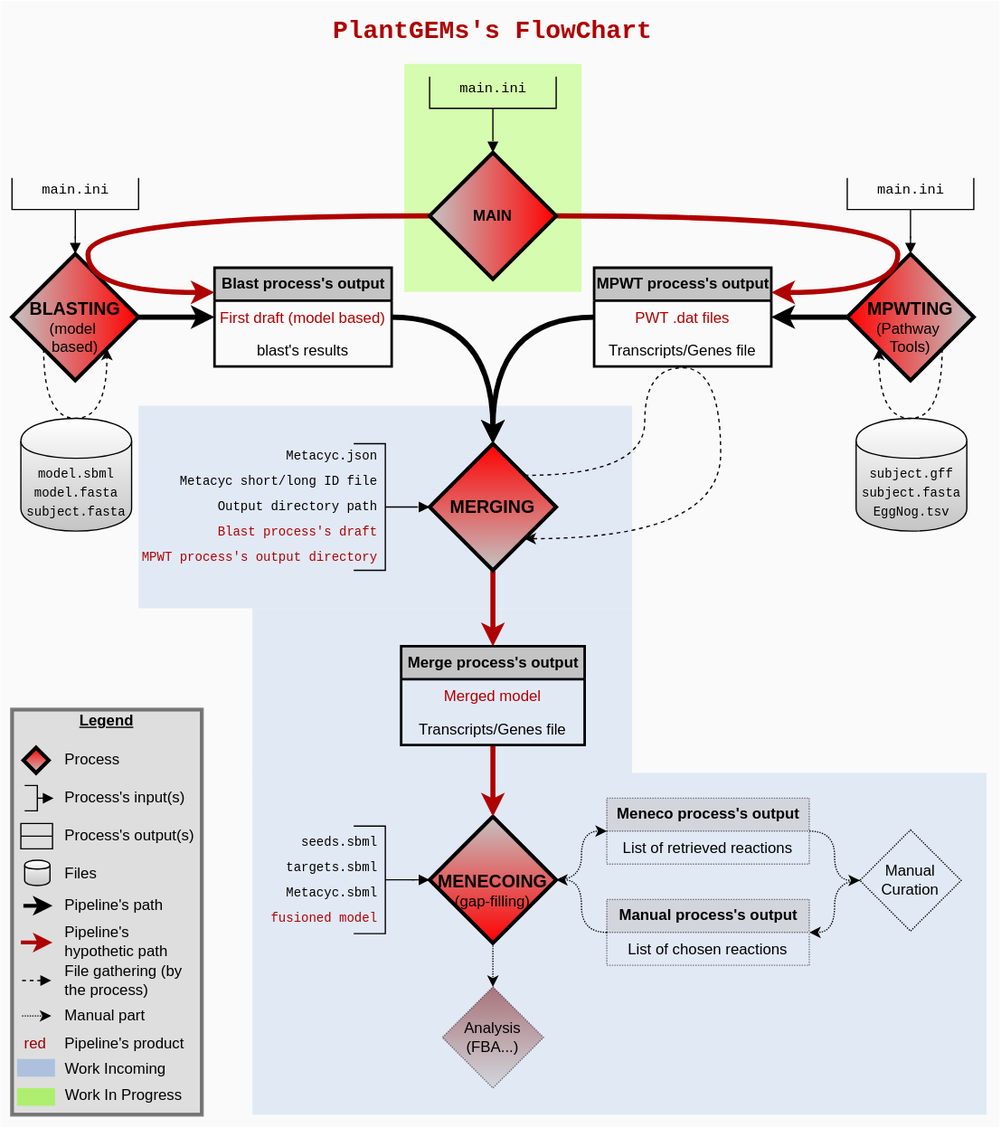
Earlier version of the draw.io export Flowchart_PlantGEMs.drawio.svg (AsaLap/PlantGEMs). Source tidied: cells renumbered, new cells last; positions are measured from the earlier drawing's top-left corner, leaving out a move shared by most shapes.
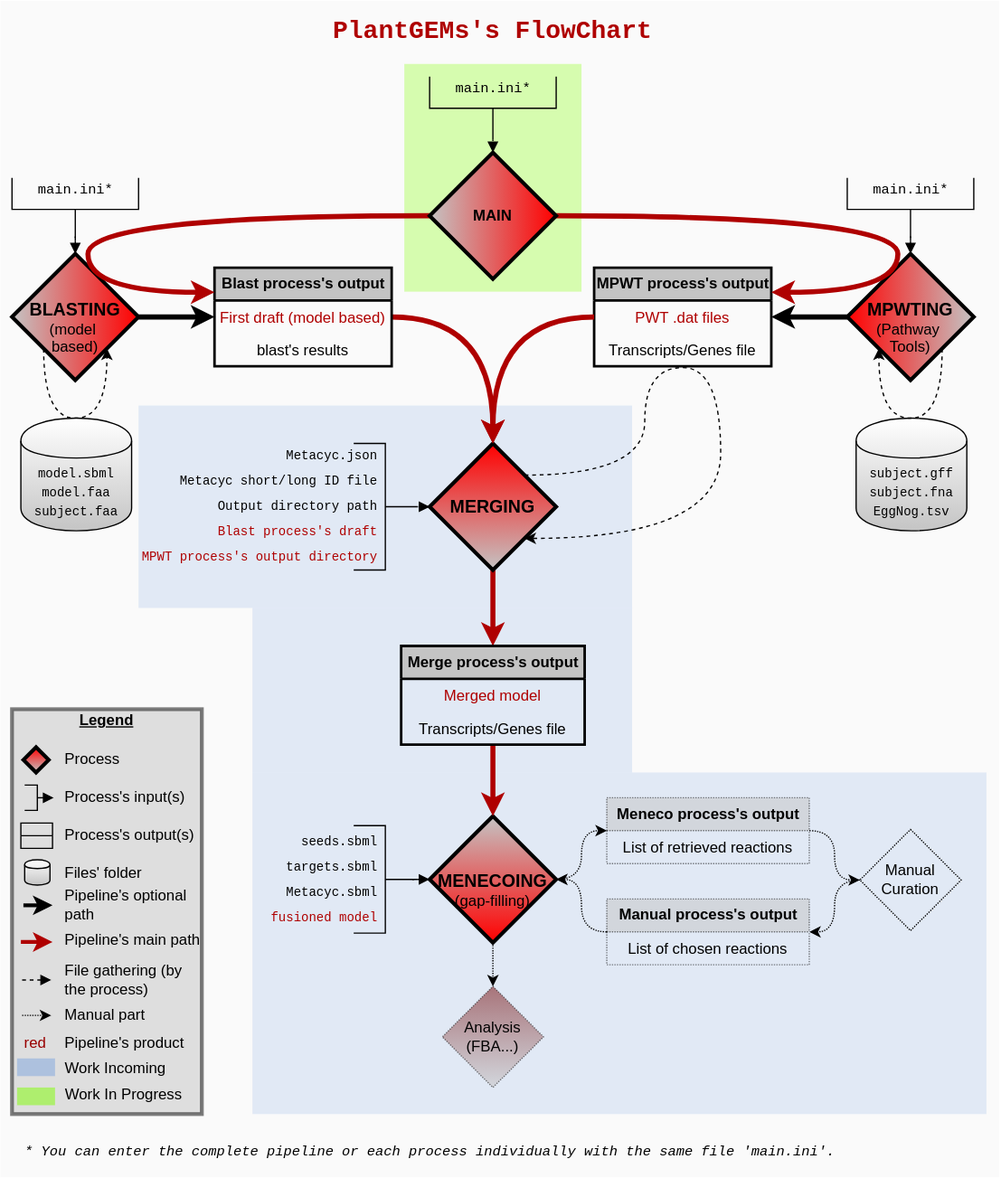
Later version of the same file.

Change to the diagram source:
```diff
@@ -3,7 +3,7 @@
     <mxCell id="0" />
     <mxCell id="1" parent="0" />
     <mxCell id="2" style="rounded=0;whiteSpace=wrap;html=1;shadow=0;strokeColor=none;fillColor=#FAFAFA;" parent="1" vertex="1">
-      <mxGeometry x="-0.2" width="789.2" height="890" as="geometry" />
+      <mxGeometry x="-0.2" width="789.2" height="930" as="geometry" />
     </mxCell>
     <mxCell id="3" style="rounded=0;whiteSpace=wrap;html=1;fillColor=#80FF00;shadow=0;opacity=30;strokeColor=none;" parent="1" vertex="1">
       <mxGeometry x="319" y="50" width="140" height="180" as="geometry" />
@@ -81,7 +81,7 @@
     <mxCell id="25" style="strokeWidth=1;html=1;shape=mxgraph.flowchart.annotation_2;align=left;labelPosition=right;direction=north;" parent="1" vertex="1">
       <mxGeometry x="9" y="140" width="100" height="50" as="geometry" />
     </mxCell>
-    <mxCell id="26" style="edgeStyle=orthogonalEdgeStyle;curved=1;jettySize=auto;html=1;entryX=0.5;entryY=0;entryDx=0;entryDy=0;startArrow=none;startFill=0;fillColor=#a20025;strokeWidth=4;fontColor=#AF0000;strokeColor=#000000;" parent="1" edge="1" source="27" target="14">
+    <mxCell id="26" style="edgeStyle=orthogonalEdgeStyle;curved=1;jettySize=auto;html=1;entryX=0.5;entryY=0;entryDx=0;entryDy=0;startArrow=none;startFill=0;fillColor=#f8cecc;strokeWidth=4;fontColor=#AF0000;strokeColor=#AF0000;" parent="1" edge="1" source="27" target="14">
       <mxGeometry relative="1" as="geometry" />
     </mxCell>
     <mxCell id="27" value="&lt;b&gt;Blast process's output&lt;/b&gt;" style="swimlane;fontStyle=0;horizontal=1;startSize=26;labelBackgroundColor=none;fontColor=#000000;align=center;html=1;fillColor=#C4C4C4;strokeWidth=2;" parent="1" vertex="1">
@@ -108,13 +108,13 @@
     <mxCell id="34" value="Analysis&lt;br&gt;(FBA...)" style="rhombus;whiteSpace=wrap;html=1;align=center;dashed=1;dashPattern=1 1;fillColor=#C4C4C4;gradientColor=#6F0000;opacity=50;gradientDirection=north;" parent="1" vertex="1">
       <mxGeometry x="349" y="779" width="80" height="80" as="geometry" />
     </mxCell>
-    <mxCell id="35" value="main.ini" style="text;html=1;align=center;verticalAlign=middle;fontFamily=Courier New;fontSize=11;" parent="1" vertex="1">
+    <mxCell id="35" value="main.ini*" style="text;html=1;align=center;verticalAlign=middle;fontFamily=Courier New;fontSize=11;" parent="1" vertex="1">
       <mxGeometry x="24" y="140" width="70" height="20" as="geometry" />
     </mxCell>
-    <mxCell id="36" value="&lt;font face=&quot;Courier New&quot; style=&quot;font-size: 10px&quot;&gt;model.sbml&lt;br&gt;model.fasta&lt;br&gt;subject.fasta&lt;/font&gt;" style="shape=cylinder;html=1;boundedLbl=1;backgroundOutline=1;align=center;labelBackgroundColor=none;labelBorderColor=none;whiteSpace=wrap;fillColor=#C4C4C4;gradientColor=#ffffff;gradientDirection=north;" parent="1" vertex="1">
+    <mxCell id="36" value="&lt;font style=&quot;font-size: 10px&quot; face=&quot;Courier New&quot;&gt;model.sbml&lt;br&gt;model.faa&lt;br&gt;subject.faa&lt;/font&gt;" style="shape=cylinder;html=1;boundedLbl=1;backgroundOutline=1;align=center;labelBackgroundColor=none;labelBorderColor=none;whiteSpace=wrap;fillColor=#C4C4C4;gradientColor=#ffffff;gradientDirection=north;" parent="1" vertex="1">
       <mxGeometry x="16" y="330" width="87.5" height="89" as="geometry" />
     </mxCell>
-    <mxCell id="37" value="main.ini" style="text;html=1;align=center;verticalAlign=middle;fontFamily=Courier New;fontSize=11;" parent="1" vertex="1">
+    <mxCell id="37" value="main.ini*" style="text;html=1;align=center;verticalAlign=middle;fontFamily=Courier New;fontSize=11;" parent="1" vertex="1">
       <mxGeometry x="684" y="140" width="70" height="20" as="geometry" />
     </mxCell>
     <mxCell id="38" style="edgeStyle=orthogonalEdgeStyle;curved=1;orthogonalLoop=1;jettySize=auto;html=1;entryX=1;entryY=1;entryDx=0;entryDy=0;dashed=1;startArrow=none;startFill=0;fontColor=#000000;exitX=1;exitY=0;exitDx=0;exitDy=0;" parent="1" edge="1" source="14" target="14">
@@ -127,7 +127,7 @@
         </Array>
       </mxGeometry>
     </mxCell>
-    <mxCell id="39" value="&lt;font face=&quot;Courier New&quot; style=&quot;font-size: 10px&quot;&gt;subject.gff&lt;br&gt;subject.fasta&lt;br&gt;EggNog.tsv&lt;/font&gt;" style="shape=cylinder;html=1;boundedLbl=1;backgroundOutline=1;align=center;labelBackgroundColor=none;labelBorderColor=none;whiteSpace=wrap;fillColor=#C4C4C4;gradientColor=#ffffff;gradientDirection=north;" parent="1" vertex="1">
+    <mxCell id="39" value="&lt;font style=&quot;font-size: 10px&quot; face=&quot;Courier New&quot;&gt;subject.gff&lt;br&gt;subject.fna&lt;br&gt;EggNog.tsv&lt;/font&gt;" style="shape=cylinder;html=1;boundedLbl=1;backgroundOutline=1;align=center;labelBackgroundColor=none;labelBorderColor=none;whiteSpace=wrap;fillColor=#C4C4C4;gradientColor=#ffffff;gradientDirection=north;" parent="1" vertex="1">
       <mxGeometry x="676" y="330" width="87.5" height="89" as="geometry" />
     </mxCell>
     <mxCell id="40" style="edgeStyle=orthogonalEdgeStyle;curved=1;orthogonalLoop=1;jettySize=auto;html=1;exitX=1;exitY=1;exitDx=0;exitDy=0;entryX=0;entryY=1;entryDx=0;entryDy=0;dashed=1;startArrow=none;startFill=0;fontColor=#000000;" parent="1" edge="1" source="12" target="12">
@@ -147,7 +147,7 @@
     <mxCell id="43" value="MPWT process's output directory" style="text;html=1;align=right;verticalAlign=middle;fontFamily=Courier New;fontSize=10;fontColor=#AF0000;" parent="1" vertex="1">
       <mxGeometry x="99" y="430" width="200" height="20" as="geometry" />
     </mxCell>
-    <mxCell id="44" style="edgeStyle=orthogonalEdgeStyle;curved=1;jettySize=auto;html=1;exitX=0;exitY=0.5;exitDx=0;exitDy=0;entryX=0.5;entryY=0;entryDx=0;entryDy=0;startArrow=none;startFill=0;fontColor=#6F0000;fillColor=#a20025;strokeWidth=4;strokeColor=#000000;" parent="1" edge="1" source="31" target="14">
+    <mxCell id="44" style="edgeStyle=orthogonalEdgeStyle;curved=1;jettySize=auto;html=1;exitX=0;exitY=0.5;exitDx=0;exitDy=0;entryX=0.5;entryY=0;entryDx=0;entryDy=0;startArrow=none;startFill=0;fontColor=#6F0000;fillColor=#f8cecc;strokeWidth=4;strokeColor=#AF0000;" parent="1" edge="1" source="31" target="14">
       <mxGeometry relative="1" as="geometry" />
     </mxCell>
     <mxCell id="45" value="Blast process's draft" style="text;html=1;align=right;verticalAlign=middle;fontFamily=Courier New;fontSize=10;fontColor=#AF0000;" parent="1" vertex="1">
@@ -224,8 +224,8 @@
     <mxCell id="68" style="shape=cylinder;whiteSpace=wrap;html=1;boundedLbl=1;backgroundOutline=1;labelBackgroundColor=none;fontColor=#000000;align=left;gradientColor=#ffffff;fillColor=#C4C4C4;gradientDirection=north;" parent="1" vertex="1">
       <mxGeometry x="19" y="679" width="20" height="20" as="geometry" />
     </mxCell>
-    <mxCell id="69" value="Files" style="text;html=1;align=left;verticalAlign=middle;" parent="1" vertex="1">
-      <mxGeometry x="49" y="680" width="40" height="20" as="geometry" />
+    <mxCell id="69" value="Files' folder" style="text;html=1;align=left;verticalAlign=middle;" parent="1" vertex="1">
+      <mxGeometry x="49" y="680" width="80" height="20" as="geometry" />
     </mxCell>
     <mxCell id="70" style="endArrow=block;dashed=1;html=1;strokeWidth=1;fontColor=#FFFFFF;strokeColor=#000000;startArrow=none;startFill=0;endFill=1;" parent="1" edge="1">
       <mxGeometry relative="1" as="geometry">
@@ -248,11 +248,11 @@
         <mxPoint x="41" y="715" as="targetPoint" />
       </mxGeometry>
     </mxCell>
-    <mxCell id="75" value="Pipeline's path" style="text;html=1;align=left;verticalAlign=middle;" parent="1" vertex="1">
-      <mxGeometry x="49" y="705" width="90" height="20" as="geometry" />
+    <mxCell id="75" value="&lt;div&gt;Pipeline's optional&lt;/div&gt;&lt;div&gt; path&lt;/div&gt;" style="text;html=1;align=left;verticalAlign=middle;" parent="1" vertex="1">
+      <mxGeometry x="49" y="700" width="110" height="30" as="geometry" />
     </mxCell>
-    <mxCell id="76" value="Pipeline's&lt;br&gt;hypothetic path" style="text;html=1;align=left;verticalAlign=middle;" parent="1" vertex="1">
-      <mxGeometry x="49" y="728" width="100" height="30" as="geometry" />
+    <mxCell id="76" value="Pipeline's main path" style="text;html=1;align=left;verticalAlign=middle;" parent="1" vertex="1">
+      <mxGeometry x="49" y="733" width="120" height="20" as="geometry" />
     </mxCell>
     <mxCell id="77" style="endArrow=classic;html=1;strokeWidth=3;fontColor=#FFFFFF;endFill=1;strokeColor=#AF0000;" parent="1" edge="1">
       <mxGeometry relative="1" as="geometry">
@@ -305,7 +305,7 @@
     <mxCell id="86" style="strokeWidth=1;html=1;shape=mxgraph.flowchart.annotation_2;align=left;labelPosition=right;direction=north;" parent="1" vertex="1">
       <mxGeometry x="339" y="60" width="100" height="50" as="geometry" />
     </mxCell>
-    <mxCell id="87" value="main.ini" style="text;html=1;align=center;verticalAlign=middle;fontFamily=Courier New;fontSize=11;" parent="1" vertex="1">
+    <mxCell id="87" value="main.ini*" style="text;html=1;align=center;verticalAlign=middle;fontFamily=Courier New;fontSize=11;" parent="1" vertex="1">
       <mxGeometry x="354" y="60" width="70" height="20" as="geometry" />
     </mxCell>
     <mxCell id="88" style="rounded=0;whiteSpace=wrap;html=1;fillColor=#7EA6E0;shadow=0;opacity=50;strokeColor=none;" parent="1" vertex="1">
@@ -320,5 +320,8 @@
     <mxCell id="91" value="Work In Progress" style="text;html=1;strokeColor=none;fillColor=none;align=center;verticalAlign=middle;whiteSpace=wrap;rounded=0;shadow=0;opacity=80;" parent="1" vertex="1">
       <mxGeometry x="46" y="850" width="103" height="30" as="geometry" />
     </mxCell>
+    <mxCell id="92" value="&lt;div align=&quot;left&quot;&gt;&lt;i&gt;* You can enter the complete pipeline or each process individually with the same file 'main.ini'.&lt;/i&gt;&lt;/div&gt;" style="text;html=1;align=center;verticalAlign=middle;fontFamily=Courier New;fontSize=11;" parent="1" vertex="1">
+      <mxGeometry x="9" y="900" width="660" height="20" as="geometry" />
+    </mxCell>
   </root>
 </mxGraphModel>
```
